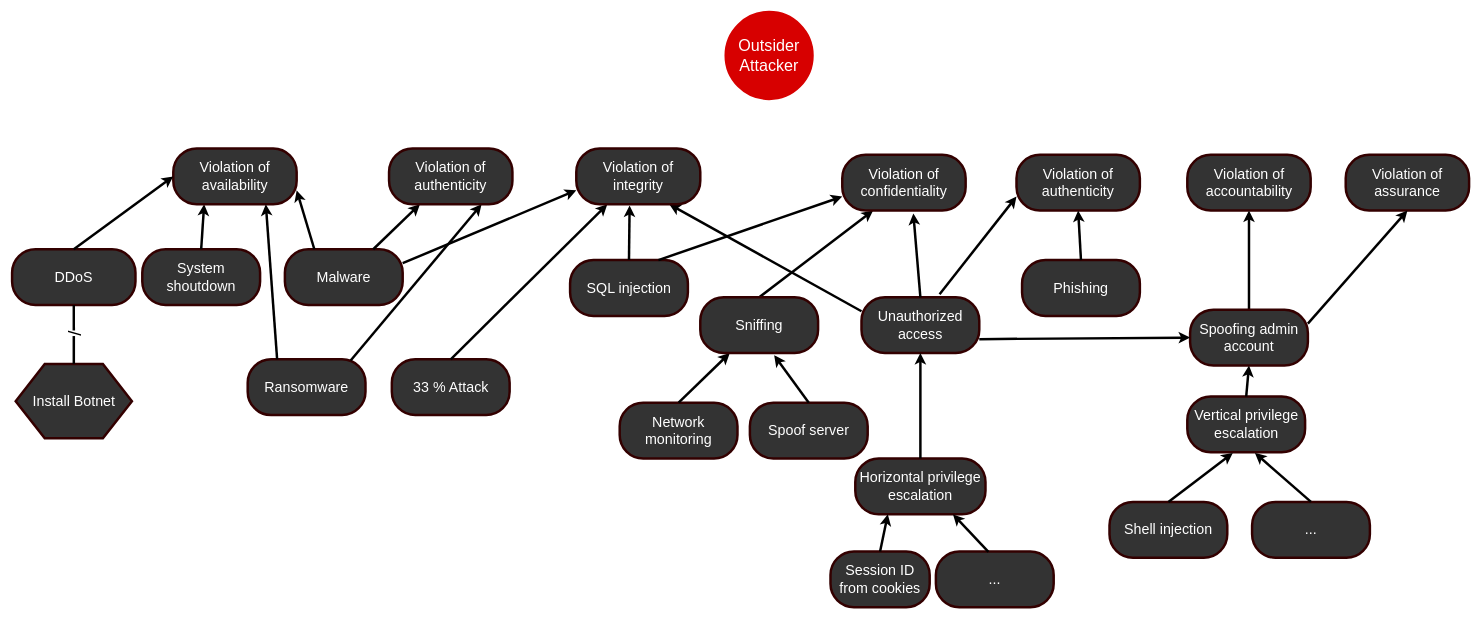
The draw.io diagram Outsider attack trees.drawio in marzdeveloper/SoftwareCybersecurity, before the edit. Source tidied: cells renumbered, new cells numbered last; positions are measured from the earlier drawing's top-left corner, leaving out a move shared by most shapes. Both pictures are drawn from the tidied source at 62%, with x=0, y=0 at pixel (12, 12).
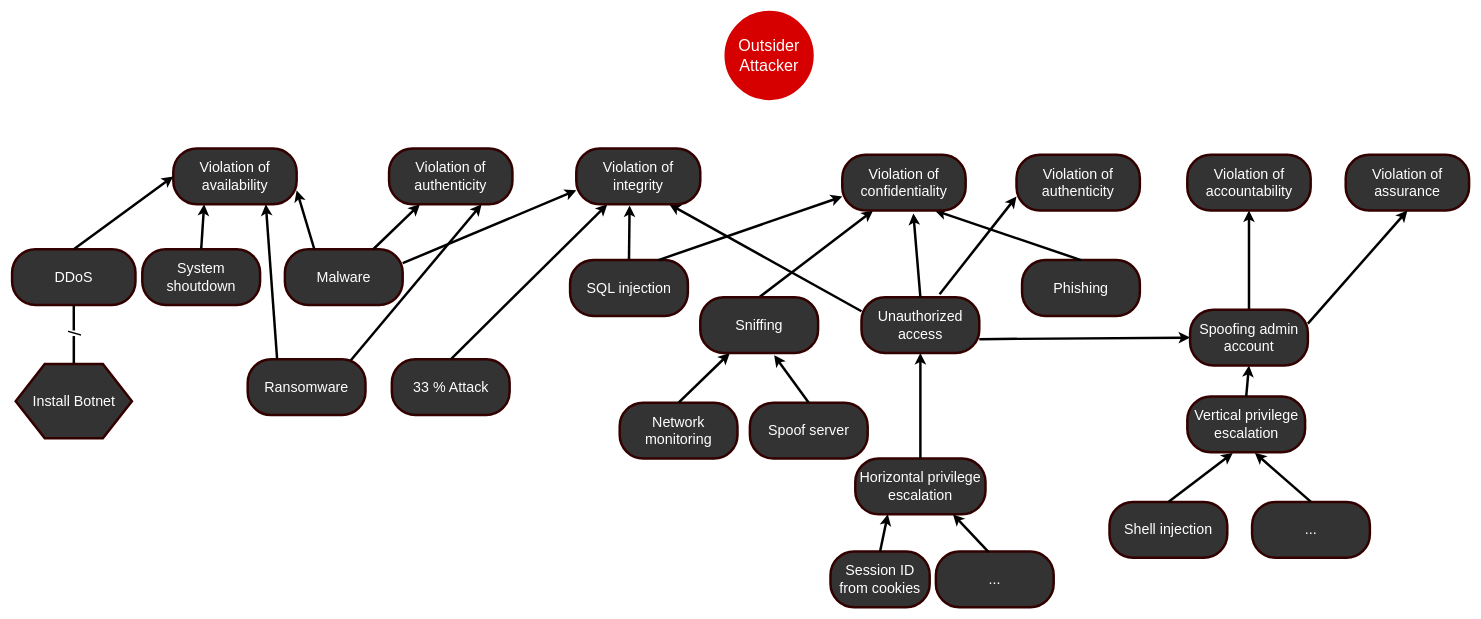
Above is the later version.

The change refers to these unchanged cells:
```xml
<mxCell id="3" value="&lt;font color=&quot;#ffffff&quot; style=&quot;font-size: 23px&quot;&gt;Violation of authenticity&lt;/font&gt;" style="rounded=1;whiteSpace=wrap;html=1;strokeColor=#330000;strokeWidth=4;fillColor=#333333;gradientColor=none;arcSize=42;" parent="1" vertex="1">
  <mxGeometry x="1620" y="230" width="199" height="90" as="geometry" />
</mxCell>
<mxCell id="48" value="&lt;font color=&quot;#ffffff&quot;&gt;&lt;span style=&quot;font-size: 23px&quot;&gt;Phishing&lt;br&gt;&lt;/span&gt;&lt;/font&gt;" style="rounded=1;whiteSpace=wrap;html=1;strokeColor=#330000;strokeWidth=4;fillColor=#333333;gradientColor=none;arcSize=42;" parent="1" vertex="1">
  <mxGeometry x="1629" y="400" width="190" height="90" as="geometry" />
</mxCell>
<mxCell id="50" value="&lt;font color=&quot;#ffffff&quot; style=&quot;font-size: 23px&quot;&gt;Violation of confidentiality&lt;/font&gt;&lt;span style=&quot;font-family: monospace ; font-size: 0px&quot;&gt;3CmxGraphModel%3E%3Croot%3E%3CmxCell%20id%3D%220%22%2F%3E%3CmxCell%20id%3D%221%22%20parent%3D%220%22%2F%3E%3CmxCell%20id%3D%222%22%20value%3D%22%26lt%3Bfont%20color%3D%26quot%3B%23ffffff%26quot%3B%20style%3D%26quot%3Bfont-size%3A%2023px%26quot%3B%26gt%3BViolation%20of%20availability%26lt%3B%2Ffont%26gt%3B%22%20style%3D%22rounded%3D1%3BwhiteSpace%3Dwrap%3Bhtml%3D1%3BstrokeColor%3D%23330000%3BstrokeWidth%3D4%3BfillColor%3D%23333333%3BgradientColor%3Dnone%3BarcSize%3D42%3B%22%20vertex%3D%221%22%20parent%3D%221%22%3E%3CmxGeometry%20x%3D%22530%22%20y%3D%22260%22%20width%3D%22199%22%20height%3D%2290%22%20as%3D%22geometry%22%2F%3E%3C%2FmxCell%3E%3C%2Froot%3E%3C%2FmxGraphModel%3E&lt;/span&gt;" style="rounded=1;whiteSpace=wrap;html=1;strokeColor=#330000;strokeWidth=4;fillColor=#333333;gradientColor=none;arcSize=42;" parent="1" vertex="1">
  <mxGeometry x="1339" y="230" width="199" height="90" as="geometry" />
</mxCell>
```

Change to the diagram source:
```diff
@@
-    <mxCell id="49" style="endArrow=classic;html=1;strokeColor=#000000;strokeWidth=4;fontColor=#FFD966;exitX=0.5;exitY=0;exitDx=0;exitDy=0;entryX=0.5;entryY=1;entryDx=0;entryDy=0;" parent="1" edge="1" source="48" target="3">
+    <mxCell id="49" style="endArrow=classic;html=1;strokeColor=#000000;strokeWidth=4;fontColor=#FFD966;exitX=0.5;exitY=0;exitDx=0;exitDy=0;entryX=0.75;entryY=1;entryDx=0;entryDy=0;" parent="1" edge="1" source="48" target="50">
       <mxGeometry relative="1" as="geometry" />
     </mxCell>
```
